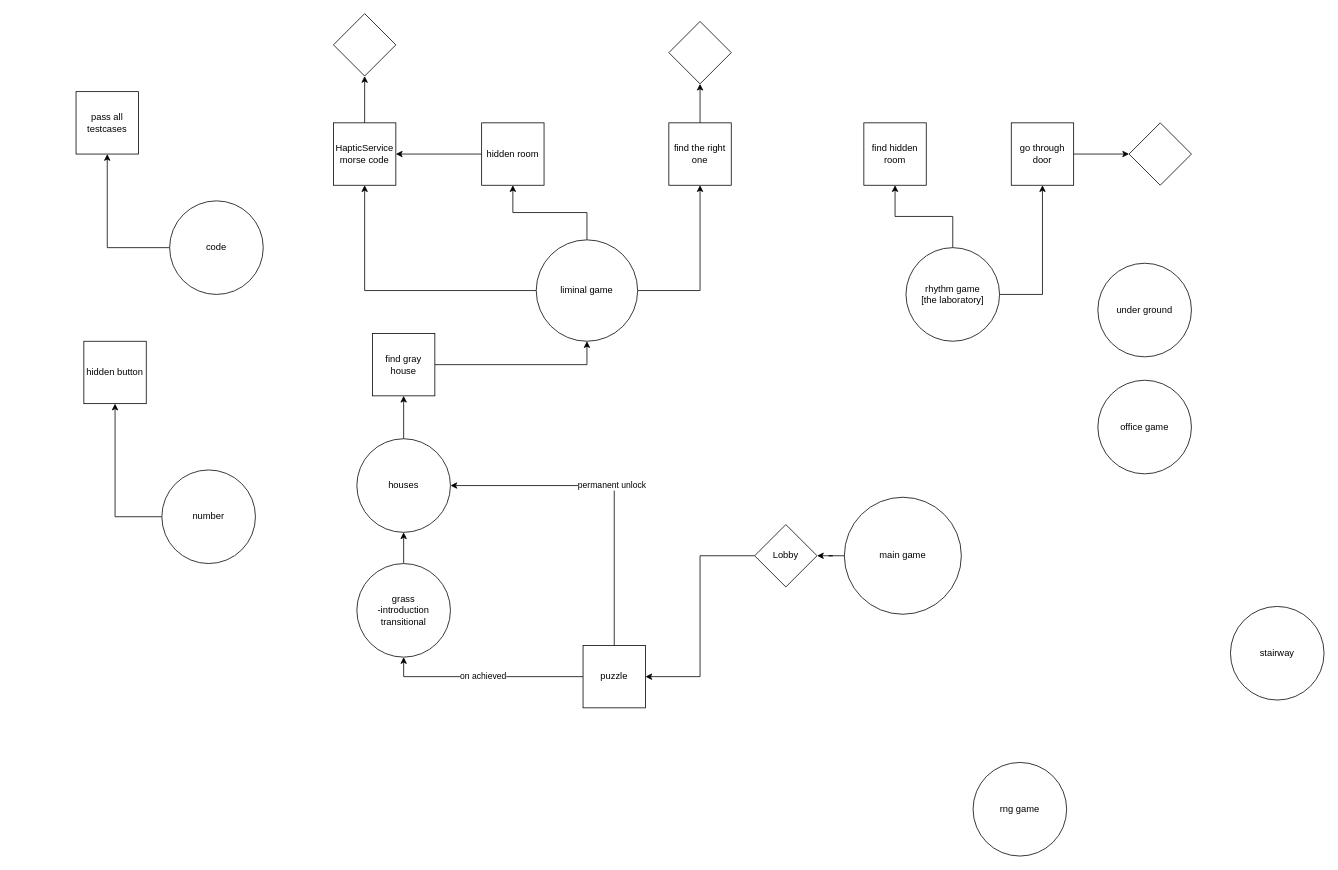
Above: puzzles.drawio in Hapcoder11/things (draw.io), before the change. Source tidied: cells renumbered, new cells numbered last; positions are measured from the earlier drawing's top-left corner, leaving out a move shared by most shapes. Both pictures are drawn from the tidied source at 78%, with x=0, y=0 at pixel (76, 13).
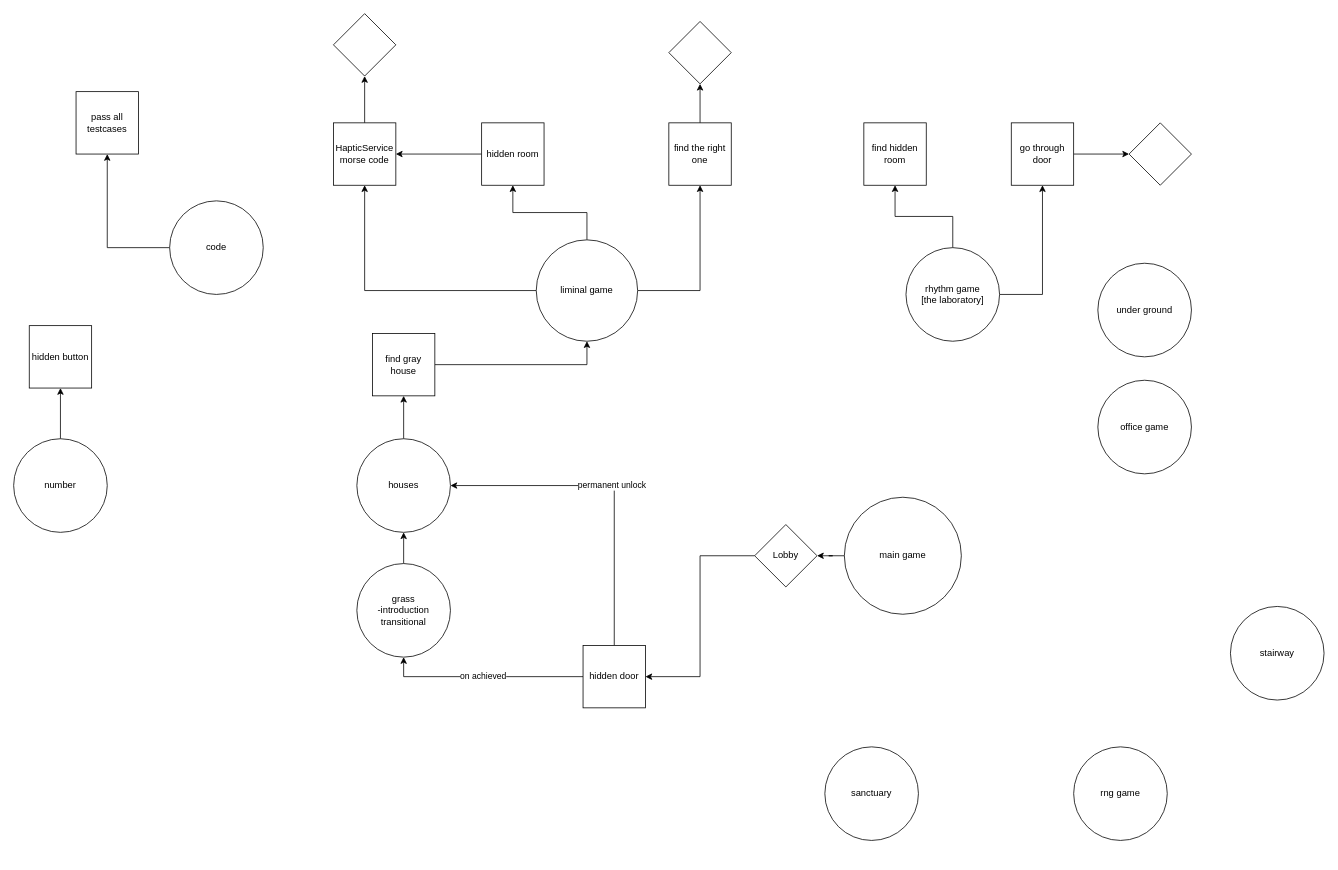
The same page after the edit.

Diff of the diagram source:
```diff
@@
     <mxCell id="28" value="rng game" style="ellipse;whiteSpace=wrap;html=1;" parent="1" vertex="1">
-      <mxGeometry x="1150" y="960" width="120" height="120" as="geometry" />
+      <mxGeometry x="1279" y="940" width="120" height="120" as="geometry" />
     </mxCell>
@@
     <mxCell id="30" value="number" style="ellipse;whiteSpace=wrap;html=1;" parent="1" vertex="1">
-      <mxGeometry x="110" y="585" width="120" height="120" as="geometry" />
+      <mxGeometry x="-80" y="545" width="120" height="120" as="geometry" />
     </mxCell>
     <mxCell id="31" value="hidden button" style="whiteSpace=wrap;html=1;" parent="1" vertex="1">
-      <mxGeometry x="10" y="420" width="80" height="80" as="geometry" />
+      <mxGeometry x="-60" y="400" width="80" height="80" as="geometry" />
     </mxCell>
@@
-    <mxCell id="43" value="puzzle" style="whiteSpace=wrap;html=1;" parent="1" vertex="1">
+    <mxCell id="43" value="hidden door" style="whiteSpace=wrap;html=1;" parent="1" vertex="1">
       <mxGeometry x="650" y="810" width="80" height="80" as="geometry" />
     </mxCell>
+    <mxCell id="44" value="sanctuary" style="ellipse;whiteSpace=wrap;html=1;" parent="1" vertex="1">
+      <mxGeometry x="960" y="940" width="120" height="120" as="geometry" />
+    </mxCell>
```
